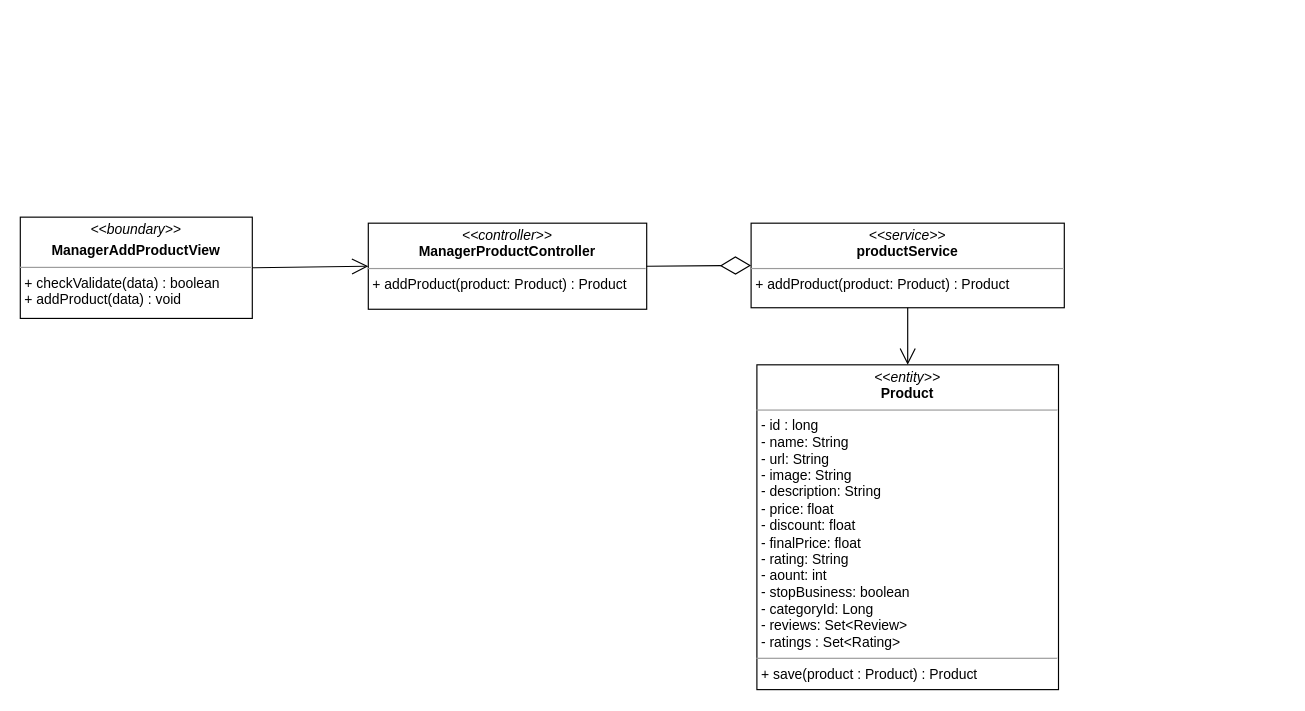
nguyenphamvan/datn_20202 keeps this draw.io diagram as class diagram/manager-add-product-class-diagram.drawio. Above is the earlier version. Source tidied: cells renumbered, new cells numbered last; positions are measured from the earlier drawing's top-left corner, leaving out a move shared by most shapes. Both pictures are drawn from the tidied source at 116%, with x=0, y=0 at pixel (20, 217).
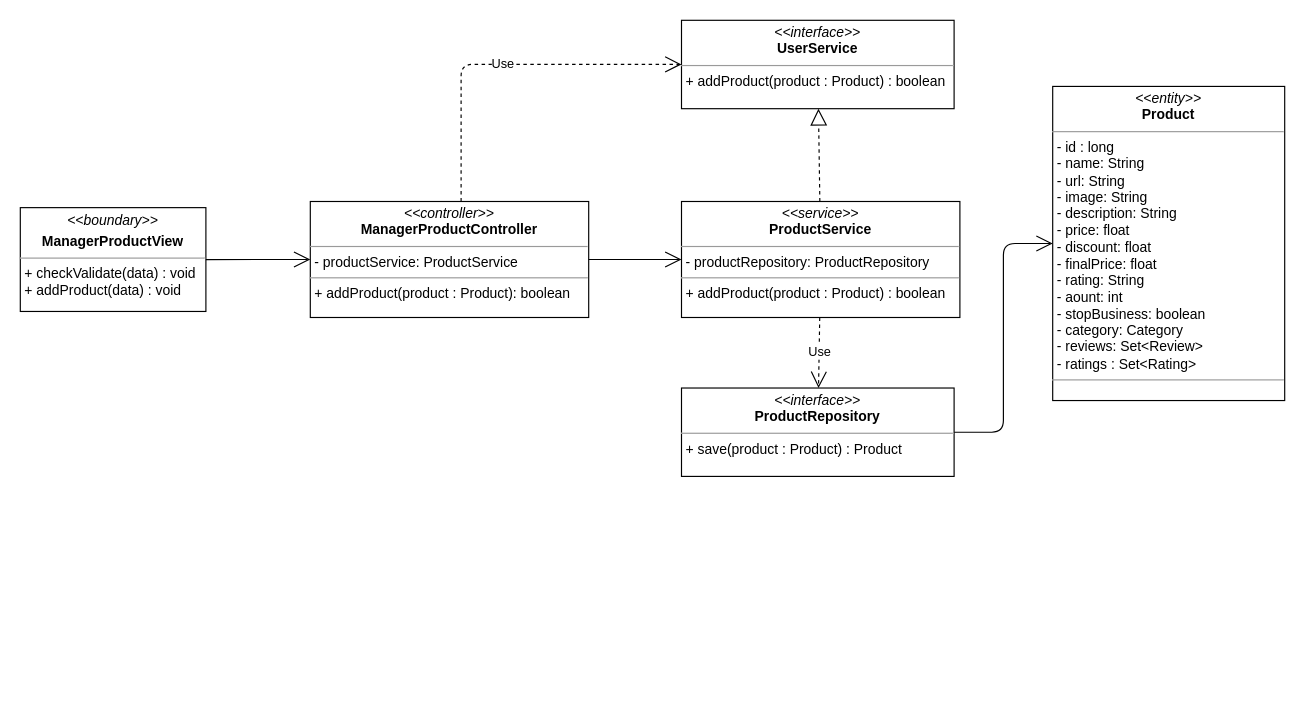
After the change.

What changed in the source:
```diff
@@
 <mxGraphModel>
   <root>
     <mxCell id="0" />
     <mxCell id="1" parent="0" />
-    <mxCell id="2" value="&lt;p style=&quot;margin: 0px ; margin-top: 4px ; text-align: center&quot;&gt;&lt;i&gt;&amp;lt;&amp;lt;boundary&amp;gt;&amp;gt;&lt;/i&gt;&lt;/p&gt;&lt;p style=&quot;margin: 0px ; margin-top: 4px ; text-align: center&quot;&gt;&lt;b&gt;ManagerAddProductView&lt;/b&gt;&lt;/p&gt;&lt;hr size=&quot;1&quot;&gt;&lt;p style=&quot;margin: 0px ; margin-left: 4px&quot;&gt;&lt;span&gt;+ checkValidate(data) : boolean&lt;/span&gt;&lt;br&gt;&lt;/p&gt;&lt;p style=&quot;margin: 0px ; margin-left: 4px&quot;&gt;&lt;span&gt;+ addProduct(data) : void&lt;/span&gt;&lt;/p&gt;" style="verticalAlign=top;align=left;overflow=fill;fontSize=12;fontFamily=Helvetica;html=1;" parent="1" vertex="1">
-      <mxGeometry y="-0.3" width="200" height="87.3" as="geometry" />
-    </mxCell>
-    <mxCell id="3" value="&lt;p style=&quot;margin: 0px ; margin-top: 4px ; text-align: center&quot;&gt;&lt;i&gt;&amp;lt;&amp;lt;controller&amp;gt;&amp;gt;&lt;/i&gt;&lt;br&gt;&lt;b&gt;ManagerProductController&lt;/b&gt;&lt;/p&gt;&lt;hr size=&quot;1&quot;&gt;&lt;p style=&quot;margin: 0px ; margin-left: 4px&quot;&gt;&lt;span&gt;+ addProduct(product: Product) : Product&lt;/span&gt;&lt;/p&gt;" style="verticalAlign=top;align=left;overflow=fill;fontSize=12;fontFamily=Helvetica;html=1;" parent="1" vertex="1">
-      <mxGeometry x="300" y="4.9" width="240" height="74.2" as="geometry" />
-    </mxCell>
-    <mxCell id="4" value="&lt;p style=&quot;margin: 0px ; margin-top: 4px ; text-align: center&quot;&gt;&lt;i&gt;&amp;lt;&amp;lt;service&amp;gt;&amp;gt;&lt;/i&gt;&lt;br&gt;&lt;b&gt;productService&lt;/b&gt;&lt;/p&gt;&lt;hr size=&quot;1&quot;&gt;&lt;p style=&quot;margin: 0px ; margin-left: 4px&quot;&gt;&lt;span&gt;+ addProduct(product: Product) : Product&lt;/span&gt;&lt;/p&gt;" style="verticalAlign=top;align=left;overflow=fill;fontSize=12;fontFamily=Helvetica;html=1;" parent="1" vertex="1">
-      <mxGeometry x="630" y="4.9" width="270" height="72.9" as="geometry" />
-    </mxCell>
-    <mxCell id="5" style="endArrow=open;endFill=1;endSize=12;html=1;entryX=0;entryY=0.5;entryDx=0;entryDy=0;exitX=1;exitY=0.5;exitDx=0;exitDy=0;" parent="1" edge="1" source="2" target="3">
-      <mxGeometry relative="1" as="geometry" />
-    </mxCell>
-    <mxCell id="6" style="endArrow=diamondThin;endFill=0;endSize=24;html=1;entryX=0;entryY=0.5;entryDx=0;entryDy=0;exitX=1;exitY=0.5;exitDx=0;exitDy=0;" parent="1" edge="1" source="3" target="4">
-      <mxGeometry relative="1" as="geometry" />
-    </mxCell>
-    <mxCell id="7" style="endArrow=open;endFill=1;endSize=12;html=1;exitX=0.5;exitY=1;exitDx=0;exitDy=0;entryX=0.5;entryY=0;entryDx=0;entryDy=0;" parent="1" edge="1" source="4" target="8">
-      <mxGeometry relative="1" as="geometry" />
-    </mxCell>
-    <mxCell id="8" value="&lt;p style=&quot;margin: 0px ; margin-top: 4px ; text-align: center&quot;&gt;&lt;i&gt;&amp;lt;&amp;lt;entity&amp;gt;&amp;gt;&lt;/i&gt;&lt;br&gt;&lt;b&gt;Product&lt;/b&gt;&lt;/p&gt;&lt;hr size=&quot;1&quot;&gt;&lt;p style=&quot;margin: 0px ; margin-left: 4px&quot;&gt;- id : long&lt;/p&gt;&lt;p style=&quot;margin: 0px ; margin-left: 4px&quot;&gt;- name: String&lt;br&gt;- url: String&lt;/p&gt;&lt;p style=&quot;margin: 0px ; margin-left: 4px&quot;&gt;- image: String&lt;/p&gt;&lt;p style=&quot;margin: 0px ; margin-left: 4px&quot;&gt;- description: String&lt;/p&gt;&lt;p style=&quot;margin: 0px ; margin-left: 4px&quot;&gt;- price: float&lt;/p&gt;&lt;p style=&quot;margin: 0px ; margin-left: 4px&quot;&gt;- discount: float&lt;/p&gt;&lt;p style=&quot;margin: 0px ; margin-left: 4px&quot;&gt;- finalPrice: float&lt;/p&gt;&lt;p style=&quot;margin: 0px ; margin-left: 4px&quot;&gt;- rating: String&lt;/p&gt;&lt;p style=&quot;margin: 0px ; margin-left: 4px&quot;&gt;- aount: int&lt;/p&gt;&lt;p style=&quot;margin: 0px ; margin-left: 4px&quot;&gt;- stopBusiness: boolean&lt;/p&gt;&lt;p style=&quot;margin: 0px ; margin-left: 4px&quot;&gt;- categoryId: Long&lt;/p&gt;&lt;p style=&quot;margin: 0px ; margin-left: 4px&quot;&gt;- reviews: Set&amp;lt;Review&amp;gt;&lt;/p&gt;&lt;p style=&quot;margin: 0px ; margin-left: 4px&quot;&gt;- ratings : Set&amp;lt;Rating&amp;gt;&lt;/p&gt;&lt;hr size=&quot;1&quot;&gt;&lt;p style=&quot;margin: 0px ; margin-left: 4px&quot;&gt;&lt;span&gt;+ save(product : Product) : Product&lt;/span&gt;&lt;br&gt;&lt;/p&gt;" style="verticalAlign=top;align=left;overflow=fill;fontSize=12;fontFamily=Helvetica;html=1;" parent="1" vertex="1">
-      <mxGeometry x="635" y="127" width="260" height="280" as="geometry" />
-    </mxCell>
+    <mxCell id="9" value="&lt;p style=&quot;margin: 0px ; margin-top: 4px ; text-align: center&quot;&gt;&lt;i&gt;&amp;lt;&amp;lt;boundary&amp;gt;&amp;gt;&lt;/i&gt;&lt;/p&gt;&lt;p style=&quot;margin: 0px ; margin-top: 4px ; text-align: center&quot;&gt;&lt;b&gt;ManagerProductView&lt;/b&gt;&lt;/p&gt;&lt;hr size=&quot;1&quot;&gt;&lt;p style=&quot;margin: 0px ; margin-left: 4px&quot;&gt;&lt;span&gt;+ checkValidate(data) : void&lt;/span&gt;&lt;/p&gt;&lt;p style=&quot;margin: 0px ; margin-left: 4px&quot;&gt;&lt;span&gt;+ addProduct(data) : void&lt;/span&gt;&lt;br&gt;&lt;/p&gt;" style="verticalAlign=top;align=left;overflow=fill;fontSize=12;fontFamily=Helvetica;html=1;" parent="1" vertex="1">
+      <mxGeometry y="-8.5" width="160" height="89.5" as="geometry" />
+    </mxCell>
+    <mxCell id="10" style="endArrow=open;endFill=1;endSize=12;html=1;entryX=0;entryY=0.5;entryDx=0;entryDy=0;exitX=1;exitY=0.5;exitDx=0;exitDy=0;" parent="1" edge="1" source="9" target="14">
+      <mxGeometry relative="1" as="geometry" />
+    </mxCell>
+    <mxCell id="11" style="endArrow=open;endFill=1;endSize=12;html=1;exitX=1;exitY=0.5;exitDx=0;exitDy=0;edgeStyle=orthogonalEdgeStyle;" parent="1" edge="1" source="12" target="20">
+      <mxGeometry relative="1" as="geometry" />
+    </mxCell>
+    <mxCell id="12" value="&lt;p style=&quot;margin: 0px ; margin-top: 4px ; text-align: center&quot;&gt;&lt;i&gt;&amp;lt;&amp;lt;interface&amp;gt;&amp;gt;&lt;/i&gt;&lt;br&gt;&lt;b&gt;ProductRepository&lt;/b&gt;&lt;/p&gt;&lt;hr size=&quot;1&quot;&gt;&lt;p style=&quot;margin: 0px ; margin-left: 4px&quot;&gt;+ save(product : Product) : Product&lt;/p&gt;" style="verticalAlign=top;align=left;overflow=fill;fontSize=12;fontFamily=Helvetica;html=1;" parent="1" vertex="1">
+      <mxGeometry x="570" y="147" width="235" height="76.2" as="geometry" />
+    </mxCell>
+    <mxCell id="13" value="&lt;p style=&quot;margin: 0px ; margin-top: 4px ; text-align: center&quot;&gt;&lt;i&gt;&amp;lt;&amp;lt;interface&amp;gt;&amp;gt;&lt;/i&gt;&lt;br&gt;&lt;b&gt;UserService&lt;/b&gt;&lt;/p&gt;&lt;hr size=&quot;1&quot;&gt;&lt;p style=&quot;margin: 0px ; margin-left: 4px&quot;&gt;+ addProduct(product : Product) : boolean&lt;/p&gt;" style="verticalAlign=top;align=left;overflow=fill;fontSize=12;fontFamily=Helvetica;html=1;" parent="1" vertex="1">
+      <mxGeometry x="570" y="-170" width="235" height="76.2" as="geometry" />
+    </mxCell>
+    <mxCell id="14" value="&lt;p style=&quot;margin: 0px ; margin-top: 4px ; text-align: center&quot;&gt;&lt;i&gt;&amp;lt;&amp;lt;controller&amp;gt;&amp;gt;&lt;/i&gt;&lt;br&gt;&lt;b&gt;ManagerProductController&lt;/b&gt;&lt;br&gt;&lt;/p&gt;&lt;hr size=&quot;1&quot;&gt;&lt;p style=&quot;margin: 0px ; margin-left: 4px&quot;&gt;- productService: ProductService&lt;br&gt;&lt;/p&gt;&lt;hr size=&quot;1&quot;&gt;&lt;p style=&quot;margin: 0px ; margin-left: 4px&quot;&gt;+ addProduct(product : Product): boolean&lt;br&gt;&lt;/p&gt;" style="verticalAlign=top;align=left;overflow=fill;fontSize=12;fontFamily=Helvetica;html=1;" parent="1" vertex="1">
+      <mxGeometry x="250" y="-13.8" width="240" height="100" as="geometry" />
+    </mxCell>
+    <mxCell id="15" value="&lt;p style=&quot;margin: 0px ; margin-top: 4px ; text-align: center&quot;&gt;&lt;i&gt;&amp;lt;&amp;lt;service&amp;gt;&amp;gt;&lt;/i&gt;&lt;br&gt;&lt;b&gt;ProductService&lt;/b&gt;&lt;/p&gt;&lt;hr size=&quot;1&quot;&gt;&lt;p style=&quot;margin: 0px ; margin-left: 4px&quot;&gt;- productRepository: ProductRepository&lt;br&gt;&lt;/p&gt;&lt;hr size=&quot;1&quot;&gt;&lt;p style=&quot;margin: 0px ; margin-left: 4px&quot;&gt;+ addProduct(product : Product) : boolean&lt;br&gt;&lt;/p&gt;" style="verticalAlign=top;align=left;overflow=fill;fontSize=12;fontFamily=Helvetica;html=1;" parent="1" vertex="1">
+      <mxGeometry x="570" y="-13.8" width="240" height="100" as="geometry" />
+    </mxCell>
+    <mxCell id="16" value="Use" style="endArrow=open;endSize=12;dashed=1;html=1;edgeStyle=orthogonalEdgeStyle;" parent="1" edge="1" source="14" target="13">
+      <mxGeometry relative="1" as="geometry">
+        <Array as="points">
+          <mxPoint x="380" y="-132" />
+        </Array>
+      </mxGeometry>
+    </mxCell>
+    <mxCell id="17" style="endArrow=block;dashed=1;endFill=0;endSize=12;html=1;" parent="1" edge="1" source="15" target="13">
+      <mxGeometry relative="1" as="geometry" />
+    </mxCell>
+    <mxCell id="18" value="Use" style="endArrow=open;endSize=12;dashed=1;html=1;" parent="1" edge="1" source="15" target="12">
+      <mxGeometry relative="1" as="geometry" />
+    </mxCell>
+    <mxCell id="19" style="endArrow=open;endFill=1;endSize=12;html=1;" parent="1" edge="1" source="14" target="15">
+      <mxGeometry relative="1" as="geometry" />
+    </mxCell>
+    <mxCell id="20" value="&lt;p style=&quot;margin: 0px ; margin-top: 4px ; text-align: center&quot;&gt;&lt;i&gt;&amp;lt;&amp;lt;entity&amp;gt;&amp;gt;&lt;/i&gt;&lt;br&gt;&lt;b&gt;Product&lt;/b&gt;&lt;/p&gt;&lt;hr size=&quot;1&quot;&gt;&lt;p style=&quot;margin: 0px ; margin-left: 4px&quot;&gt;- id : long&lt;/p&gt;&lt;p style=&quot;margin: 0px ; margin-left: 4px&quot;&gt;- name: String&lt;br&gt;- url: String&lt;/p&gt;&lt;p style=&quot;margin: 0px ; margin-left: 4px&quot;&gt;- image: String&lt;/p&gt;&lt;p style=&quot;margin: 0px ; margin-left: 4px&quot;&gt;- description: String&lt;/p&gt;&lt;p style=&quot;margin: 0px ; margin-left: 4px&quot;&gt;- price: float&lt;/p&gt;&lt;p style=&quot;margin: 0px ; margin-left: 4px&quot;&gt;- discount: float&lt;/p&gt;&lt;p style=&quot;margin: 0px ; margin-left: 4px&quot;&gt;- finalPrice: float&lt;/p&gt;&lt;p style=&quot;margin: 0px ; margin-left: 4px&quot;&gt;- rating: String&lt;/p&gt;&lt;p style=&quot;margin: 0px ; margin-left: 4px&quot;&gt;- aount: int&lt;/p&gt;&lt;p style=&quot;margin: 0px ; margin-left: 4px&quot;&gt;- stopBusiness: boolean&lt;/p&gt;&lt;p style=&quot;margin: 0px ; margin-left: 4px&quot;&gt;- category: Category&lt;/p&gt;&lt;p style=&quot;margin: 0px ; margin-left: 4px&quot;&gt;- reviews: Set&amp;lt;Review&amp;gt;&lt;/p&gt;&lt;p style=&quot;margin: 0px ; margin-left: 4px&quot;&gt;- ratings : Set&amp;lt;Rating&amp;gt;&lt;/p&gt;&lt;hr size=&quot;1&quot;&gt;&lt;p style=&quot;margin: 0px ; margin-left: 4px&quot;&gt;&lt;br&gt;&lt;/p&gt;" style="verticalAlign=top;align=left;overflow=fill;fontSize=12;fontFamily=Helvetica;html=1;" parent="1" vertex="1">
+      <mxGeometry x="890" y="-113" width="200" height="270.8" as="geometry" />
+    </mxCell>
   </root>
 </mxGraphModel>
```
